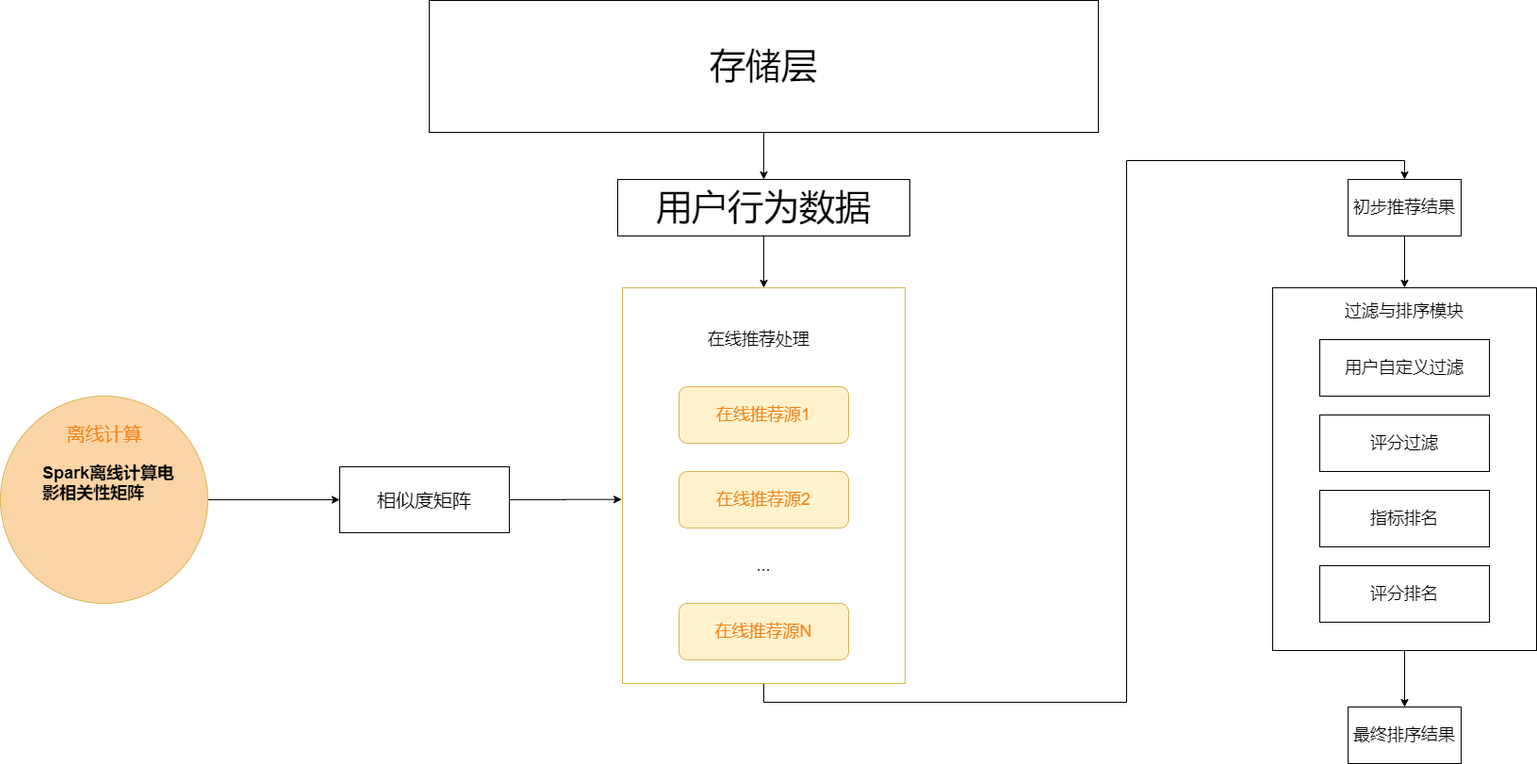
This is docs/algorithm_module.png from recSysDeveloperOrg/recommend_test, a draw.io export, as it was before one commit. Source tidied: cells renumbered, new cells last; positions are measured from the earlier drawing's top-left corner, leaving out a move shared by most shapes. Source of this version:
```xml
<mxGraphModel>
  <root>
    <mxCell id="0" />
    <mxCell id="1" parent="0" />
    <mxCell id="2" value="在线推荐源1" style="rounded=1;whiteSpace=wrap;html=1;fontSize=18;fillColor=#fff2cc;strokeColor=#d6b656;fontColor=#F38319;" parent="1" vertex="1">
      <mxGeometry x="720" y="410" width="180" height="60" as="geometry" />
    </mxCell>
    <mxCell id="3" value="在线推荐源2" style="rounded=1;whiteSpace=wrap;html=1;fontSize=18;fillColor=#fff2cc;strokeColor=#d6b656;fontColor=#F38319;" parent="1" vertex="1">
      <mxGeometry x="720" y="500" width="180" height="60" as="geometry" />
    </mxCell>
    <mxCell id="4" value="..." style="text;html=1;strokeColor=none;fillColor=none;align=center;verticalAlign=middle;whiteSpace=wrap;rounded=0;fontSize=18;" parent="1" vertex="1">
      <mxGeometry x="790" y="590" width="40" height="20" as="geometry" />
    </mxCell>
    <mxCell id="5" value="在线推荐源N" style="rounded=1;whiteSpace=wrap;html=1;fontSize=18;fillColor=#fff2cc;strokeColor=#d6b656;fontColor=#F38319;" parent="1" vertex="1">
      <mxGeometry x="720" y="640" width="180" height="60" as="geometry" />
    </mxCell>
    <mxCell id="6" style="edgeStyle=orthogonalEdgeStyle;rounded=0;jettySize=auto;html=1;exitX=0.5;exitY=1;exitDx=0;exitDy=0;entryX=0.5;entryY=0;entryDx=0;entryDy=0;fontSize=18;fontColor=#000000;" parent="1" edge="1" source="7" target="23">
      <mxGeometry relative="1" as="geometry" />
    </mxCell>
    <mxCell id="7" style="rounded=0;whiteSpace=wrap;html=1;fontSize=18;strokeColor=#d6b656;fillColor=none;" parent="1" vertex="1">
      <mxGeometry x="660" y="305" width="300" height="420" as="geometry" />
    </mxCell>
    <mxCell id="8" value="在线推荐处理" style="text;html=1;strokeColor=none;fillColor=none;align=center;verticalAlign=middle;whiteSpace=wrap;rounded=0;fontSize=18;" parent="1" vertex="1">
      <mxGeometry x="700" y="350" width="210" height="20" as="geometry" />
    </mxCell>
    <mxCell id="9" style="edgeStyle=orthogonalEdgeStyle;rounded=0;jettySize=auto;html=1;exitX=1;exitY=0.5;exitDx=0;exitDy=0;entryX=0;entryY=0.5;entryDx=0;entryDy=0;fontSize=20;fontColor=#000000;" parent="1" edge="1" source="10" target="14">
      <mxGeometry relative="1" as="geometry" />
    </mxCell>
    <mxCell id="10" style="ellipse;whiteSpace=wrap;html=1;fontSize=18;strokeColor=#d6b656;fillColor=#fbd5a6;" parent="1" vertex="1">
      <mxGeometry y="420" width="220" height="220" as="geometry" />
    </mxCell>
    <mxCell id="11" value="离线计算" style="text;html=1;strokeColor=none;fillColor=none;align=center;verticalAlign=middle;whiteSpace=wrap;rounded=0;fontSize=20;fontColor=#f38319;" parent="1" vertex="1">
      <mxGeometry x="62.5" y="450" width="95" height="20" as="geometry" />
    </mxCell>
    <mxCell id="12" value="&lt;h1 style=&quot;font-size: 18px&quot;&gt;Spark离线计算电影相关性矩阵&lt;/h1&gt;" style="text;html=1;strokeColor=none;fillColor=none;spacing=5;spacingTop=-20;whiteSpace=wrap;overflow=hidden;rounded=0;fontSize=20;fontColor=#000000;" parent="1" vertex="1">
      <mxGeometry x="40" y="490" width="160" height="90" as="geometry" />
    </mxCell>
    <mxCell id="13" style="edgeStyle=orthogonalEdgeStyle;rounded=0;jettySize=auto;html=1;exitX=1;exitY=0.5;exitDx=0;exitDy=0;entryX=-0.003;entryY=0.535;entryDx=0;entryDy=0;entryPerimeter=0;fontSize=20;fontColor=#000000;" parent="1" edge="1" source="14" target="7">
      <mxGeometry relative="1" as="geometry" />
    </mxCell>
    <mxCell id="14" value="相似度矩阵" style="rounded=0;whiteSpace=wrap;html=1;fontSize=20;fillColor=#FFFFFF;" parent="1" vertex="1">
      <mxGeometry x="360" y="495" width="180" height="70" as="geometry" />
    </mxCell>
    <mxCell id="15" style="edgeStyle=orthogonalEdgeStyle;rounded=0;jettySize=auto;html=1;exitX=0.5;exitY=1;exitDx=0;exitDy=0;entryX=0.5;entryY=0;entryDx=0;entryDy=0;fontSize=38;fontColor=#000000;" parent="1" edge="1" source="16" target="18">
      <mxGeometry relative="1" as="geometry" />
    </mxCell>
    <mxCell id="16" value="存储层" style="rounded=0;whiteSpace=wrap;html=1;fillColor=#FFFFFF;fontSize=38;fontColor=#000000;" parent="1" vertex="1">
      <mxGeometry x="455" width="710" height="140" as="geometry" />
    </mxCell>
    <mxCell id="17" style="edgeStyle=orthogonalEdgeStyle;rounded=0;jettySize=auto;html=1;exitX=0.5;exitY=1;exitDx=0;exitDy=0;entryX=0.5;entryY=0;entryDx=0;entryDy=0;fontSize=38;fontColor=#000000;" parent="1" edge="1" source="18" target="7">
      <mxGeometry relative="1" as="geometry" />
    </mxCell>
    <mxCell id="18" value="用户行为数据" style="rounded=0;whiteSpace=wrap;html=1;fillColor=#FFFFFF;fontSize=38;fontColor=#000000;" parent="1" vertex="1">
      <mxGeometry x="655" y="190" width="310" height="60" as="geometry" />
    </mxCell>
    <mxCell id="19" style="edgeStyle=orthogonalEdgeStyle;rounded=0;jettySize=auto;html=1;exitX=0.5;exitY=1;exitDx=0;exitDy=0;entryX=0.5;entryY=0;entryDx=0;entryDy=0;fontSize=18;fontColor=#000000;" parent="1" edge="1" source="20" target="28">
      <mxGeometry relative="1" as="geometry" />
    </mxCell>
    <mxCell id="20" style="rounded=0;whiteSpace=wrap;html=1;fontSize=38;fontColor=#000000;fillColor=none;" parent="1" vertex="1">
      <mxGeometry x="1350" y="305" width="280" height="385" as="geometry" />
    </mxCell>
    <mxCell id="21" value="过滤与排序模块" style="text;html=1;strokeColor=none;fillColor=none;align=center;verticalAlign=middle;whiteSpace=wrap;rounded=0;fontSize=18;fontColor=#000000;" parent="1" vertex="1">
      <mxGeometry x="1370" y="320" width="240" height="20" as="geometry" />
    </mxCell>
    <mxCell id="22" style="edgeStyle=orthogonalEdgeStyle;rounded=0;jettySize=auto;html=1;exitX=0.5;exitY=1;exitDx=0;exitDy=0;entryX=0.5;entryY=0;entryDx=0;entryDy=0;fontSize=18;fontColor=#000000;" parent="1" edge="1" source="23" target="20">
      <mxGeometry relative="1" as="geometry" />
    </mxCell>
    <mxCell id="23" value="初步推荐结果" style="rounded=0;whiteSpace=wrap;html=1;fillColor=none;fontSize=18;fontColor=#000000;" parent="1" vertex="1">
      <mxGeometry x="1430" y="190" width="120" height="60" as="geometry" />
    </mxCell>
    <mxCell id="24" value="用户自定义过滤" style="rounded=0;whiteSpace=wrap;html=1;fillColor=none;fontSize=18;fontColor=#000000;" parent="1" vertex="1">
      <mxGeometry x="1400" y="360" width="180" height="60" as="geometry" />
    </mxCell>
    <mxCell id="25" value="评分过滤" style="rounded=0;whiteSpace=wrap;html=1;fillColor=none;fontSize=18;fontColor=#000000;" parent="1" vertex="1">
      <mxGeometry x="1400" y="440" width="180" height="60" as="geometry" />
    </mxCell>
    <mxCell id="26" value="指标排名" style="rounded=0;whiteSpace=wrap;html=1;fillColor=none;fontSize=18;fontColor=#000000;" parent="1" vertex="1">
      <mxGeometry x="1400" y="520" width="180" height="60" as="geometry" />
    </mxCell>
    <mxCell id="27" value="评分排名" style="rounded=0;whiteSpace=wrap;html=1;fillColor=none;fontSize=18;fontColor=#000000;" parent="1" vertex="1">
      <mxGeometry x="1400" y="600" width="180" height="60" as="geometry" />
    </mxCell>
    <mxCell id="28" value="最终排序结果" style="rounded=0;whiteSpace=wrap;html=1;fillColor=none;fontSize=18;fontColor=#000000;" parent="1" vertex="1">
      <mxGeometry x="1430" y="750" width="120" height="60" as="geometry" />
    </mxCell>
  </root>
</mxGraphModel>
```
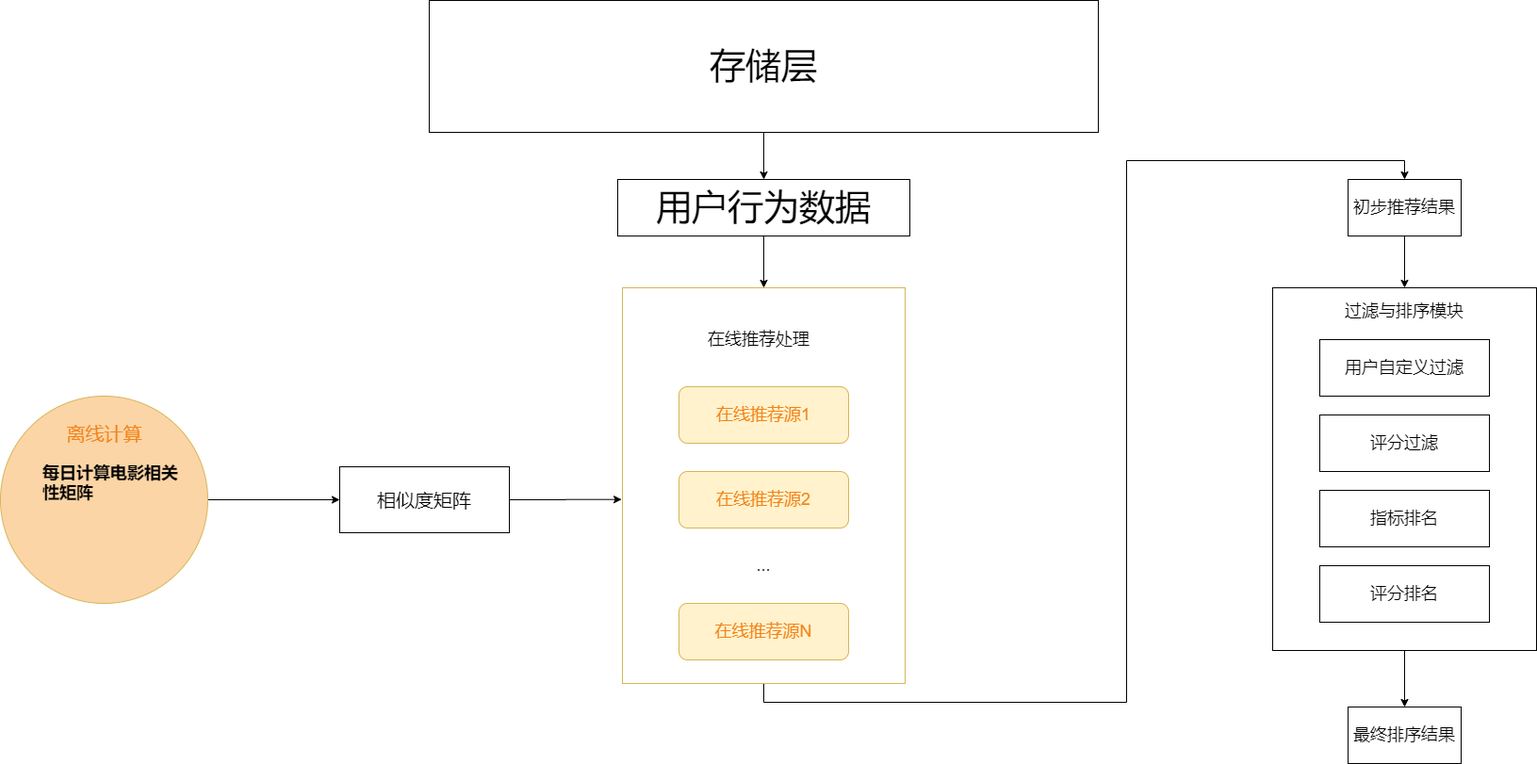
The same file after the commit.

The edit, as a diff of the source:
```diff
@@ -32,7 +32,7 @@
     <mxCell id="11" value="离线计算" style="text;html=1;strokeColor=none;fillColor=none;align=center;verticalAlign=middle;whiteSpace=wrap;rounded=0;fontSize=20;fontColor=#f38319;" parent="1" vertex="1">
       <mxGeometry x="62.5" y="450" width="95" height="20" as="geometry" />
     </mxCell>
-    <mxCell id="12" value="&lt;h1 style=&quot;font-size: 18px&quot;&gt;Spark离线计算电影相关性矩阵&lt;/h1&gt;" style="text;html=1;strokeColor=none;fillColor=none;spacing=5;spacingTop=-20;whiteSpace=wrap;overflow=hidden;rounded=0;fontSize=20;fontColor=#000000;" parent="1" vertex="1">
+    <mxCell id="12" value="&lt;h1 style=&quot;font-size: 18px&quot;&gt;每日计算电影相关性矩阵&lt;/h1&gt;" style="text;html=1;strokeColor=none;fillColor=none;spacing=5;spacingTop=-20;whiteSpace=wrap;overflow=hidden;rounded=0;fontSize=20;fontColor=#000000;" parent="1" vertex="1">
       <mxGeometry x="40" y="490" width="160" height="90" as="geometry" />
     </mxCell>
     <mxCell id="13" style="edgeStyle=orthogonalEdgeStyle;rounded=0;jettySize=auto;html=1;exitX=1;exitY=0.5;exitDx=0;exitDy=0;entryX=-0.003;entryY=0.535;entryDx=0;entryDy=0;entryPerimeter=0;fontSize=20;fontColor=#000000;" parent="1" edge="1" source="14" target="7">
```
